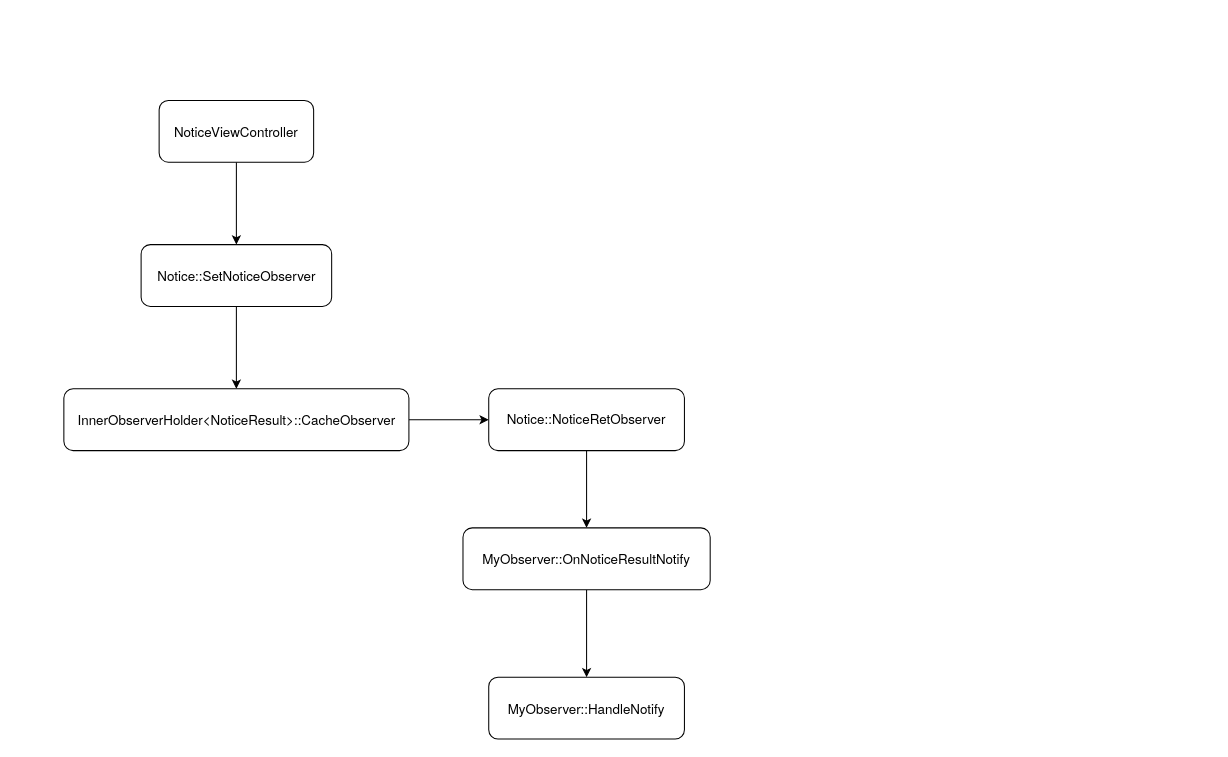
Earlier version of the draw.io diagram INTL SDK Notice Module.drawio (star-j/Flowchart). Source tidied: cells renumbered, new cells numbered last; positions are measured from the earlier drawing's top-left corner, leaving out a move shared by most shapes. Both pictures are drawn from the tidied source at 103%, with x=0, y=0 at pixel (64, 100).
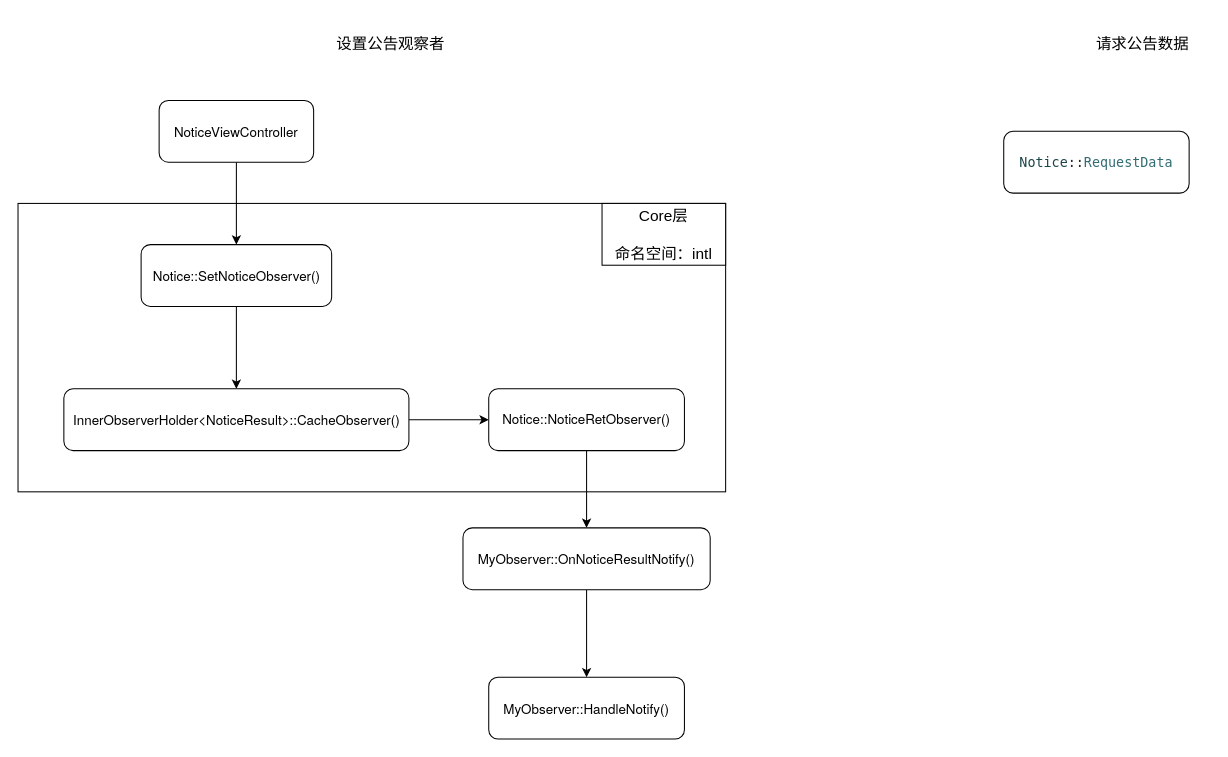
After the change.

The edit, as a diff of the source:
```diff
@@
 <mxGraphModel>
   <root>
     <mxCell id="0" />
     <mxCell id="1" parent="0" />
+    <mxCell id="13" style="group;" parent="1" vertex="1">
+      <mxGeometry x="-45" y="100" width="687" height="280" as="geometry" />
+    </mxCell>
+    <mxCell id="14" style="rounded=0;whiteSpace=wrap;html=1;" parent="13" vertex="1">
+      <mxGeometry width="687" height="280" as="geometry" />
+    </mxCell>
+    <mxCell id="15" value="&lt;font style=&quot;font-size: 15px&quot;&gt;Core层&lt;br&gt;&lt;br&gt;命名空间：intl&lt;/font&gt;" style="rounded=0;whiteSpace=wrap;html=1;" parent="13" vertex="1">
+      <mxGeometry x="567" width="120" height="60" as="geometry" />
+    </mxCell>
     <mxCell id="2" style="edgeStyle=orthogonalEdgeStyle;rounded=0;jettySize=auto;html=1;" parent="1" edge="1" source="3" target="5">
       <mxGeometry relative="1" as="geometry" />
     </mxCell>
     <mxCell id="3" value="&lt;p style=&quot;margin: 0px ; font-stretch: normal ; font-size: 13px ; line-height: normal ; font-family: &amp;#34;helvetica neue&amp;#34;&quot;&gt;NoticeViewController&lt;/p&gt;" style="rounded=1;whiteSpace=wrap;html=1;" parent="1" vertex="1">
       <mxGeometry x="92" width="150" height="60" as="geometry" />
     </mxCell>
     <mxCell id="4" style="edgeStyle=orthogonalEdgeStyle;rounded=0;jettySize=auto;html=1;" parent="1" edge="1" source="5" target="7">
       <mxGeometry relative="1" as="geometry" />
     </mxCell>
-    <mxCell id="5" value="&lt;p style=&quot;margin: 0px ; font-stretch: normal ; font-size: 13px ; line-height: normal ; font-family: &amp;#34;helvetica neue&amp;#34;&quot;&gt;Notice::SetNoticeObserver&lt;/p&gt;" style="whiteSpace=wrap;html=1;rounded=1;" parent="1" vertex="1">
+    <mxCell id="5" value="&lt;p style=&quot;margin: 0px ; font-stretch: normal ; font-size: 13px ; line-height: normal ; font-family: &amp;#34;helvetica neue&amp;#34;&quot;&gt;Notice::SetNoticeObserver()&lt;/p&gt;" style="whiteSpace=wrap;html=1;rounded=1;" parent="1" vertex="1">
       <mxGeometry x="74.5" y="140" width="185" height="60" as="geometry" />
     </mxCell>
     <mxCell id="6" style="edgeStyle=orthogonalEdgeStyle;rounded=0;jettySize=auto;html=1;" parent="1" edge="1" source="7" target="9">
       <mxGeometry relative="1" as="geometry" />
     </mxCell>
-    <mxCell id="7" value="&lt;p style=&quot;margin: 0px ; font-stretch: normal ; font-size: 13px ; line-height: normal ; font-family: &amp;#34;helvetica neue&amp;#34;&quot;&gt;InnerObserverHolder&amp;lt;NoticeResult&amp;gt;::CacheObserver&lt;/p&gt;" style="whiteSpace=wrap;html=1;rounded=1;" parent="1" vertex="1">
+    <mxCell id="7" value="&lt;p style=&quot;margin: 0px ; font-stretch: normal ; font-size: 13px ; line-height: normal ; font-family: &amp;#34;helvetica neue&amp;#34;&quot;&gt;InnerObserverHolder&amp;lt;NoticeResult&amp;gt;::CacheObserver()&lt;/p&gt;" style="whiteSpace=wrap;html=1;rounded=1;" parent="1" vertex="1">
       <mxGeometry x="-0.5" y="280" width="335" height="60" as="geometry" />
     </mxCell>
     <mxCell id="8" style="edgeStyle=orthogonalEdgeStyle;rounded=0;jettySize=auto;html=1;" parent="1" edge="1" source="9" target="11">
       <mxGeometry relative="1" as="geometry" />
     </mxCell>
-    <mxCell id="9" value="&lt;span style=&quot;font-family: &amp;#34;helvetica neue&amp;#34; ; font-size: 13px&quot;&gt;Notice::NoticeRetObserver&lt;/span&gt;" style="whiteSpace=wrap;html=1;rounded=1;" parent="1" vertex="1">
+    <mxCell id="9" value="&lt;span style=&quot;font-family: &amp;#34;helvetica neue&amp;#34; ; font-size: 13px&quot;&gt;Notice::NoticeRetObserver()&lt;/span&gt;" style="whiteSpace=wrap;html=1;rounded=1;" parent="1" vertex="1">
       <mxGeometry x="412" y="280" width="190" height="60" as="geometry" />
     </mxCell>
     <mxCell id="10" style="edgeStyle=orthogonalEdgeStyle;rounded=0;jettySize=auto;html=1;" parent="1" edge="1" source="11" target="12">
       <mxGeometry relative="1" as="geometry" />
     </mxCell>
-    <mxCell id="11" value="&lt;p style=&quot;margin: 0px ; font-stretch: normal ; font-size: 13px ; line-height: normal ; font-family: &amp;#34;helvetica neue&amp;#34;&quot;&gt;MyObserver::OnNoticeResultNotify&lt;/p&gt;" style="whiteSpace=wrap;html=1;rounded=1;" parent="1" vertex="1">
+    <mxCell id="11" value="&lt;p style=&quot;margin: 0px ; font-stretch: normal ; font-size: 13px ; line-height: normal ; font-family: &amp;#34;helvetica neue&amp;#34;&quot;&gt;MyObserver::OnNoticeResultNotify()&lt;/p&gt;" style="whiteSpace=wrap;html=1;rounded=1;" parent="1" vertex="1">
       <mxGeometry x="387" y="415" width="240" height="60" as="geometry" />
     </mxCell>
-    <mxCell id="12" value="&lt;p style=&quot;margin: 0px ; font-stretch: normal ; font-size: 13px ; line-height: normal ; font-family: &amp;#34;helvetica neue&amp;#34;&quot;&gt;MyObserver::HandleNotify&lt;/p&gt;" style="whiteSpace=wrap;html=1;rounded=1;" parent="1" vertex="1">
+    <mxCell id="12" value="&lt;p style=&quot;margin: 0px ; font-stretch: normal ; font-size: 13px ; line-height: normal ; font-family: &amp;#34;helvetica neue&amp;#34;&quot;&gt;MyObserver::HandleNotify()&lt;/p&gt;" style="whiteSpace=wrap;html=1;rounded=1;" parent="1" vertex="1">
       <mxGeometry x="412" y="560" width="190" height="60" as="geometry" />
     </mxCell>
+    <mxCell id="16" value="设置公告观察者" style="text;html=1;strokeColor=none;fillColor=none;align=center;verticalAlign=middle;whiteSpace=wrap;rounded=0;fontSize=15;" parent="1" vertex="1">
+      <mxGeometry x="252" y="-80" width="130" height="50" as="geometry" />
+    </mxCell>
+    <mxCell id="17" value="请求公告数据" style="text;html=1;strokeColor=none;fillColor=none;align=center;verticalAlign=middle;whiteSpace=wrap;rounded=0;fontSize=15;" parent="1" vertex="1">
+      <mxGeometry x="982" y="-80" width="130" height="50" as="geometry" />
+    </mxCell>
+    <mxCell id="18" value="&lt;p style=&quot;margin: 0px ; font-stretch: normal ; font-size: 13px ; line-height: normal ; font-family: &amp;#34;menlo&amp;#34; ; color: rgb(50 , 109 , 116) ; background-color: rgb(255 , 255 , 255)&quot;&gt;&lt;span style=&quot;color: #1c464a&quot;&gt;Notice&lt;/span&gt;&lt;span style=&quot;color: rgba(0 , 0 , 0 , 0.85)&quot;&gt;::&lt;/span&gt;RequestData&lt;/p&gt;" style="rounded=1;whiteSpace=wrap;html=1;fontSize=15;" parent="1" vertex="1">
+      <mxGeometry x="912" y="30" width="180" height="60" as="geometry" />
+    </mxCell>
   </root>
 </mxGraphModel>
```
